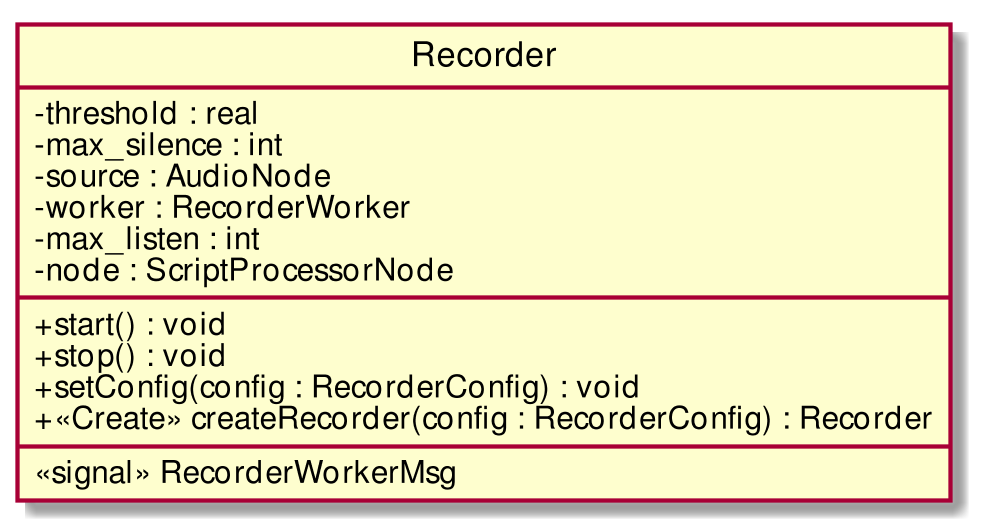
Before: RP/Esterni/DefinizioneDiProdotto/images/ClassRecorder.png, a diagram exported from PlantUML (CoCodeSWE/Docs). Source of this version:
```plantuml
@startuml
scale 1000*1000
skinparam classAttributeIconSize 0
class Recorder{
- threshold : real
- max_silence : int
- source : AudioNode
- worker : RecorderWorker
- max_listen : int
- node : ScriptProcessorNode
__
+ start() : void
+ stop() : void
+ setConfig(config : RecorderConfig) : void
+ <<Create>> createRecorder(config : RecorderConfig) : Recorder
__
<<signal>> RecorderWorkerMsg
}
hide circle
@enduml
```
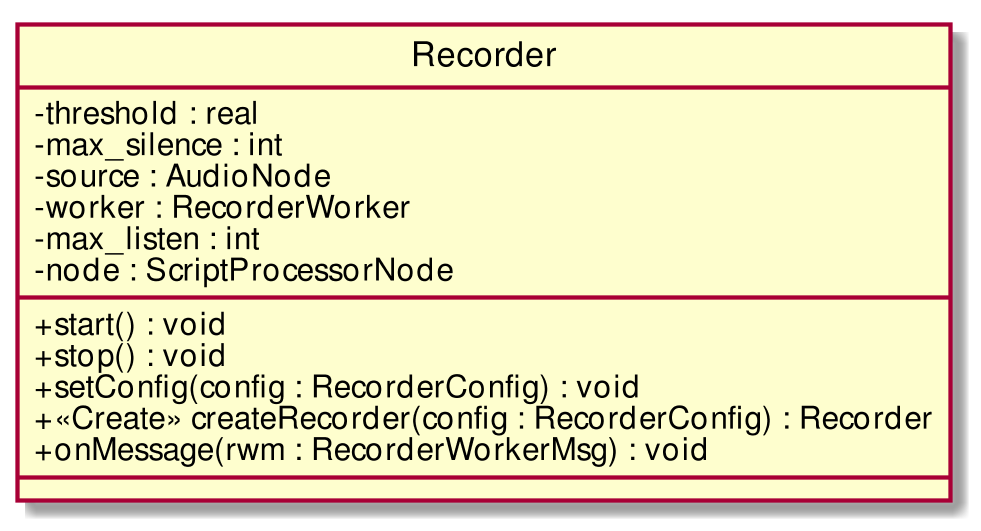
The same diagram one commit later.

Diff of the diagram source:
```diff
@@ -13,8 +13,9 @@
 + stop() : void
 + setConfig(config : RecorderConfig) : void
 + <<Create>> createRecorder(config : RecorderConfig) : Recorder
++ onMessage(rwm : RecorderWorkerMsg) : void
 __
-<<signal>> RecorderWorkerMsg
+
 }
 hide circle
 @enduml
```
